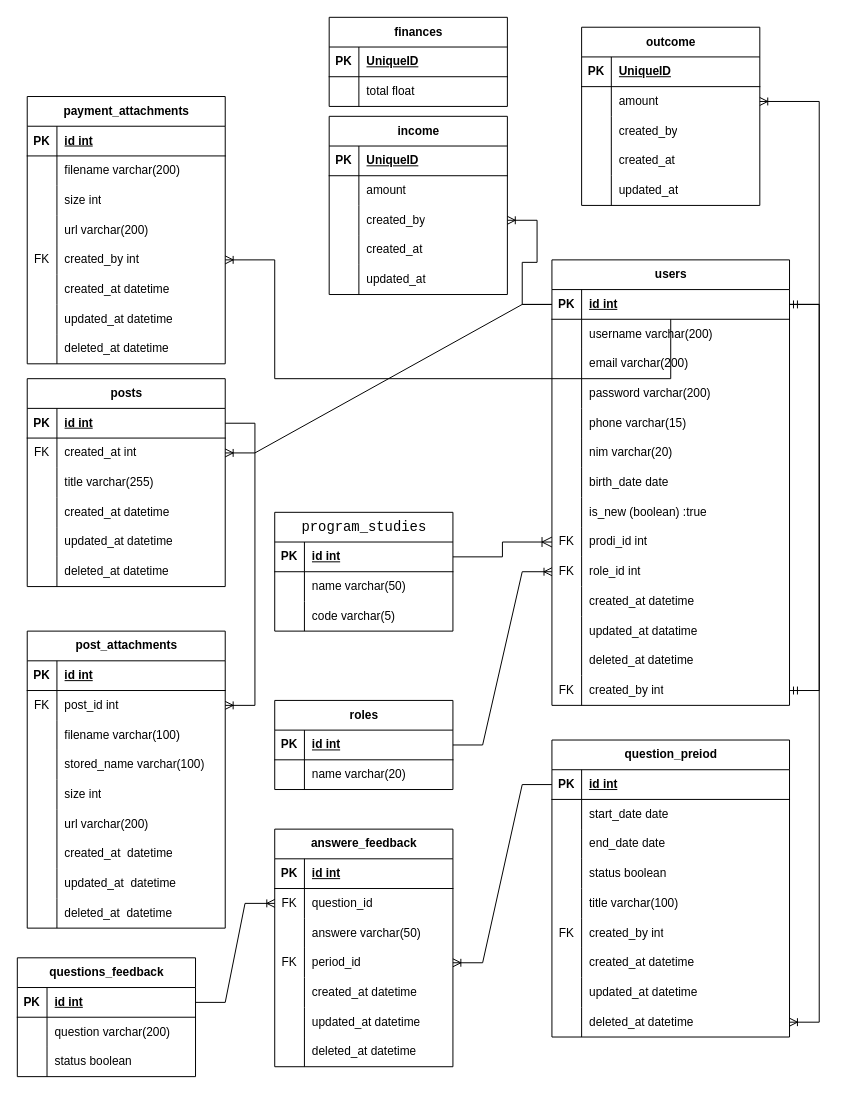
MatsRahmat/LCC-management keeps this draw.io diagram as requirement/LCC-project-2 (1).drawio. Above is the earlier version. Source tidied: cells renumbered, new cells numbered last; positions are measured from the earlier drawing's top-left corner, leaving out a move shared by most shapes. Both pictures are drawn from the tidied source at 99%, with x=0, y=0 at pixel (17, 17).
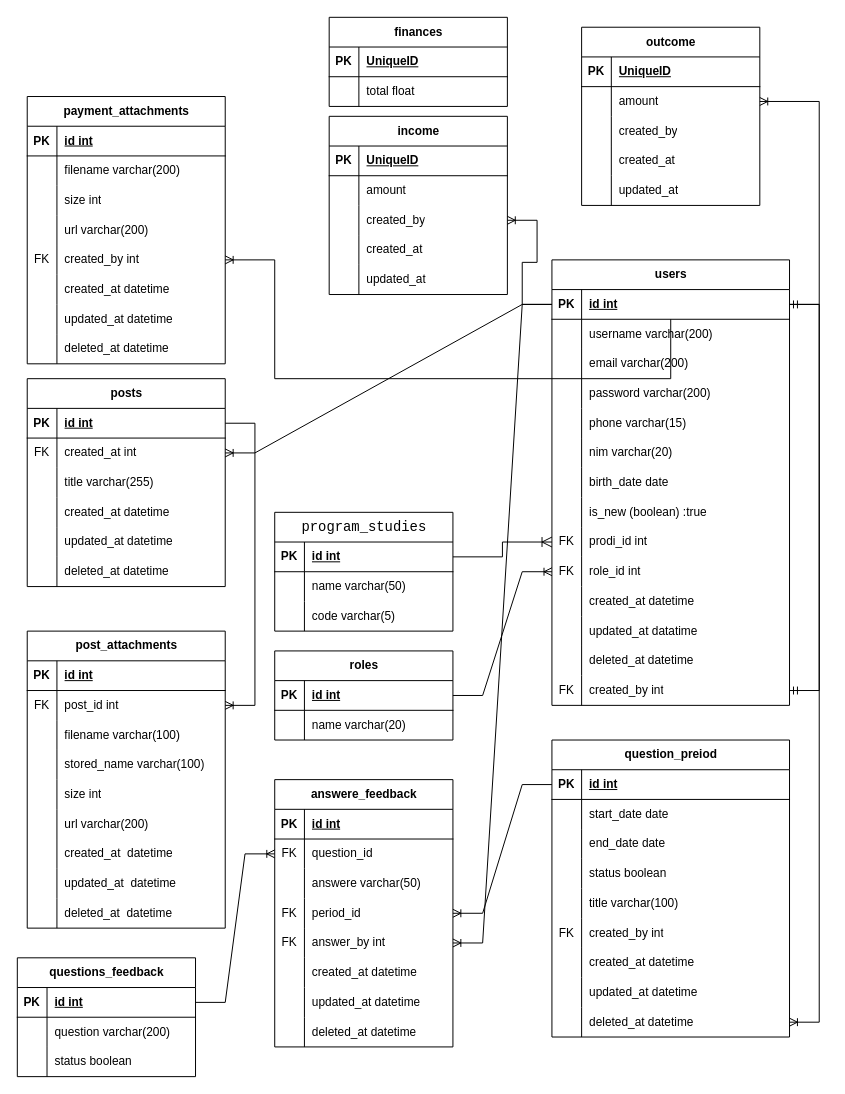
The same diagram, later.

Unchanged cells that the change refers to:
```xml
<mxCell id="201" style="shape=tableRow;horizontal=0;startSize=0;swimlaneHead=0;swimlaneBody=0;fillColor=none;points=[[0,0.5],[1,0.5]];portConstraint=eastwest;top=0;left=0;right=0;bottom=1;" parent="200" vertex="1">
  <mxGeometry y="30" width="240" height="30" as="geometry" />
</mxCell>
```

Diff of the diagram source:
```diff
@@
     <mxCell id="12" value="answere_feedback" style="shape=table;startSize=30;childLayout=tableLayout;rowLines=0;fontStyle=1;align=center;html=1;" parent="1" vertex="1">
-      <mxGeometry x="260" y="820" width="180" height="240" as="geometry" />
+      <mxGeometry x="260" y="770" width="180" height="270" as="geometry" />
     </mxCell>
@@
+    <mxCell id="244" style="shape=tableRow;horizontal=0;startSize=0;swimlaneHead=0;swimlaneBody=0;fillColor=none;points=[[0,0.5],[1,0.5]];portConstraint=eastwest;top=0;left=0;right=0;bottom=0;" parent="12" vertex="1">
+      <mxGeometry y="150" width="180" height="30" as="geometry" />
+    </mxCell>
+    <mxCell id="245" value="FK" style="shape=partialRectangle;fillColor=none;top=0;left=0;bottom=0;right=0;overflow=hidden;whiteSpace=wrap;html=1;" parent="244" vertex="1">
+      <mxGeometry width="30" height="30" as="geometry" />
+    </mxCell>
+    <mxCell id="246" value="answer_by int" style="shape=partialRectangle;fillColor=none;top=0;left=0;bottom=0;right=0;align=left;spacingLeft=6;overflow=hidden;whiteSpace=wrap;html=1;" parent="244" vertex="1">
+      <mxGeometry x="30" width="150" height="30" as="geometry" />
+    </mxCell>
     <mxCell id="25" style="shape=tableRow;horizontal=0;startSize=0;swimlaneHead=0;swimlaneBody=0;fillColor=none;top=0;left=0;right=0;bottom=0;" parent="12" vertex="1">
-      <mxGeometry y="150" width="180" height="30" as="geometry" />
+      <mxGeometry y="180" width="180" height="30" as="geometry" />
     </mxCell>
@@
     <mxCell id="28" style="shape=tableRow;horizontal=0;startSize=0;swimlaneHead=0;swimlaneBody=0;fillColor=none;top=0;left=0;right=0;bottom=0;" parent="12" vertex="1">
-      <mxGeometry y="180" width="180" height="30" as="geometry" />
+      <mxGeometry y="210" width="180" height="30" as="geometry" />
     </mxCell>
@@
     <mxCell id="31" style="shape=tableRow;horizontal=0;startSize=0;swimlaneHead=0;swimlaneBody=0;fillColor=none;top=0;left=0;right=0;bottom=0;" parent="12" vertex="1">
-      <mxGeometry y="210" width="180" height="30" as="geometry" />
+      <mxGeometry y="240" width="180" height="30" as="geometry" />
     </mxCell>
@@
     <mxCell id="140" value="roles" style="shape=table;startSize=30;childLayout=tableLayout;rowLines=0;fontStyle=1;align=center;html=1;" parent="1" vertex="1">
-      <mxGeometry x="260" y="690" width="180" height="90" as="geometry" />
+      <mxGeometry x="260" y="640" width="180" height="90" as="geometry" />
     </mxCell>
@@
+    <mxCell id="247" style="edgeStyle=entityRelationEdgeStyle;fontSize=12;html=1;endArrow=ERoneToMany;rounded=0;" parent="1" edge="1" source="201" target="244">
+      <mxGeometry relative="1" as="geometry" />
+    </mxCell>
```
